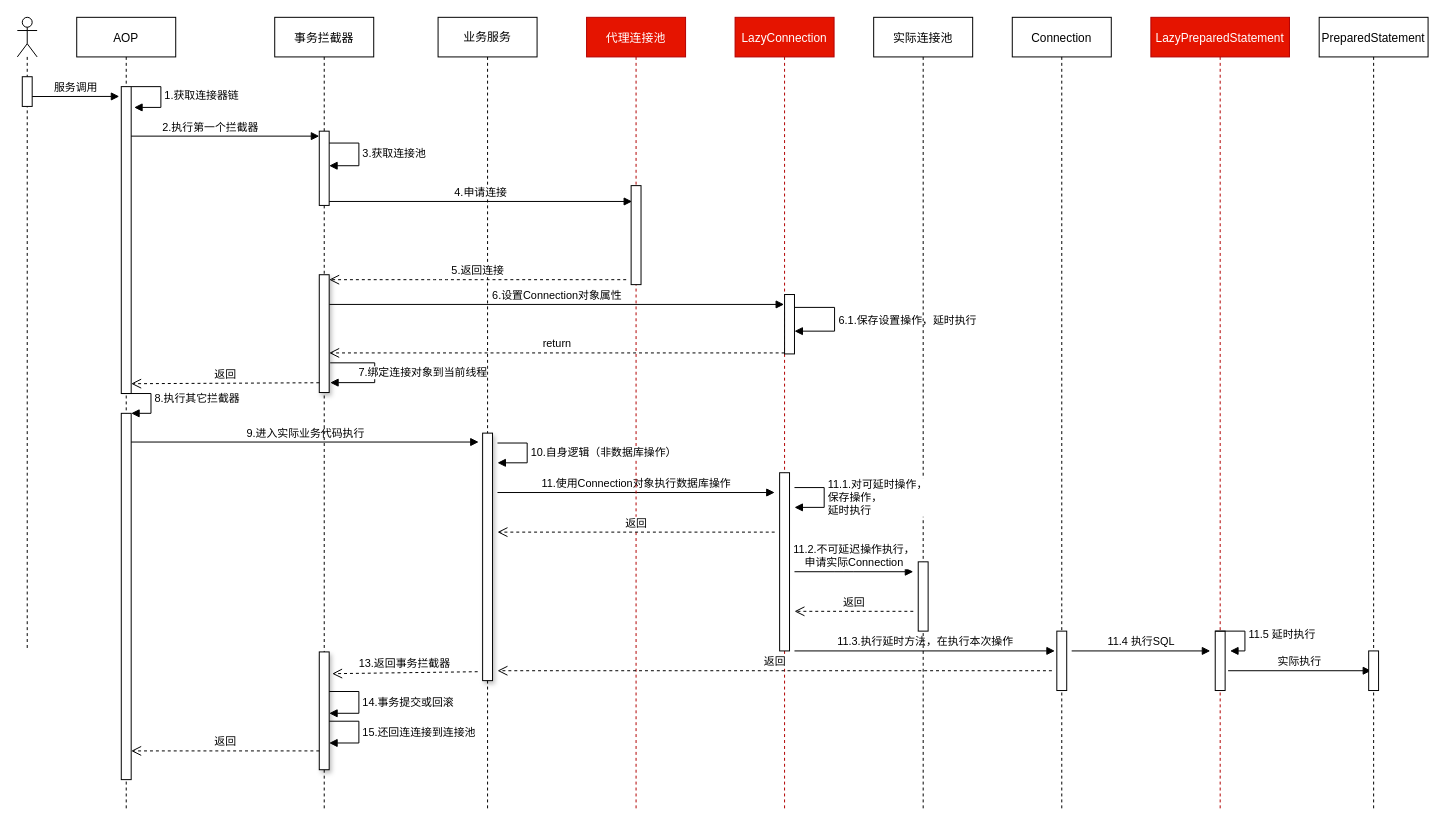
qymmdj/jcf3-document keeps this draw.io diagram as page "改进流程" (3 of 3) of 分布式超时测试流程.drawio. Above is the earlier version. Source tidied: cells renumbered, new cells numbered last; positions are measured from the earlier drawing's top-left corner, leaving out a move shared by most shapes. Both pictures are drawn from the tidied source at 99%, with x=0, y=0 at pixel (17, 17).
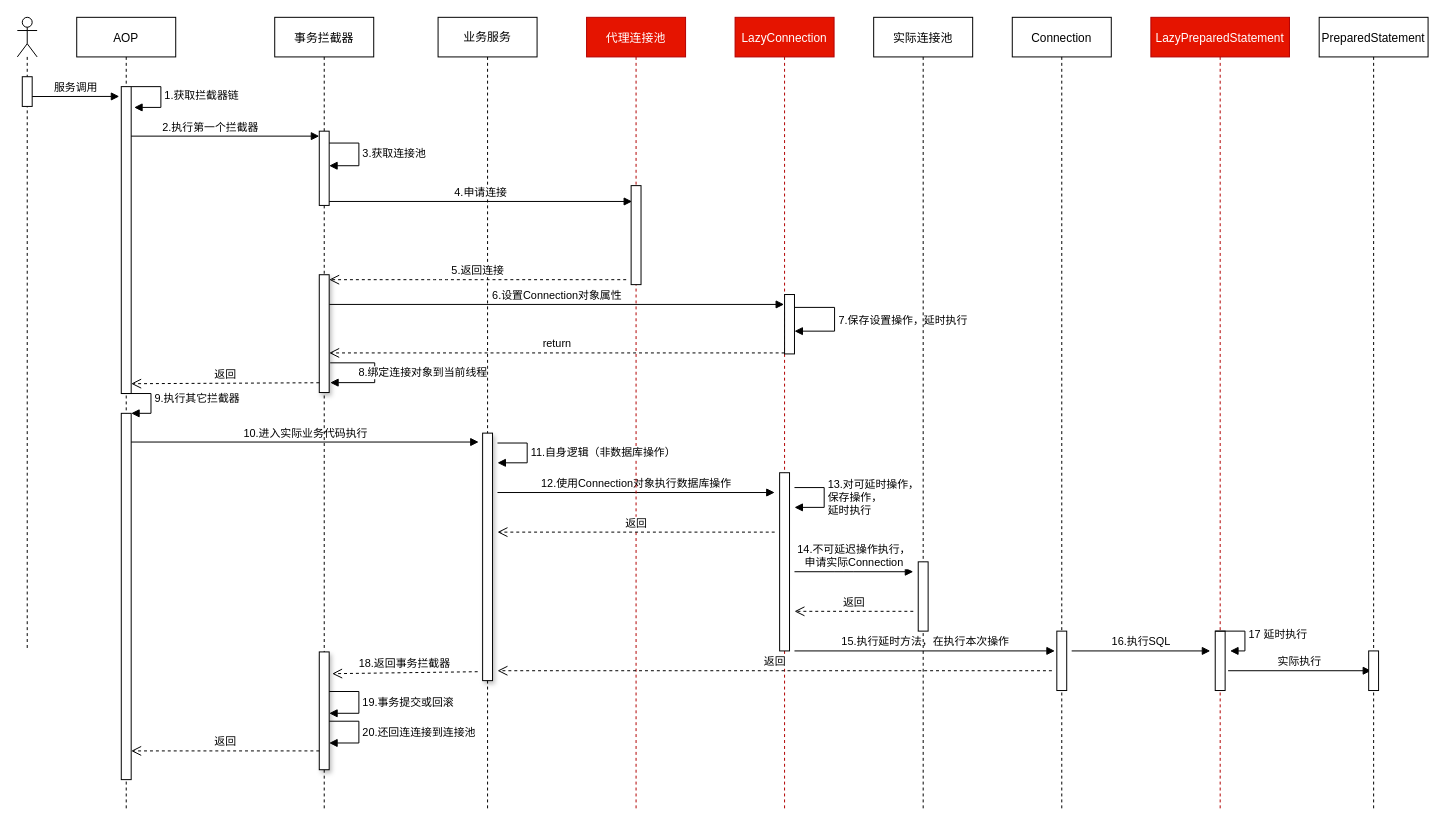
The same diagram, later.

The change refers to these unchanged cells:
```xml
<mxCell id="2" value="业务服务" style="shape=umlLifeline;perimeter=lifelinePerimeter;whiteSpace=wrap;html=1;shadow=0;" parent="1" vertex="1">
  <mxGeometry x="425" width="100" height="800" as="geometry" />
</mxCell>
<mxCell id="5" value="AOP" style="shape=umlLifeline;perimeter=lifelinePerimeter;rounded=0;shadow=0;strokeWidth=1;" parent="1" vertex="1">
  <mxGeometry x="60" width="100" height="800" as="geometry" />
</mxCell>
<mxCell id="8" style="html=1;points=[];perimeter=orthogonalPerimeter;shadow=0;" parent="5" vertex="1">
  <mxGeometry x="45" y="400" width="10" height="370" as="geometry" />
</mxCell>
<mxCell id="17" value="LazyConnection" style="shape=umlLifeline;perimeter=lifelinePerimeter;rounded=0;shadow=0;strokeWidth=1;fillColor=#e51400;strokeColor=#B20000;fontColor=#ffffff;" parent="1" vertex="1">
  <mxGeometry x="725" width="100" height="800" as="geometry" />
</mxCell>
<mxCell id="37" value="Connection" style="shape=umlLifeline;perimeter=lifelinePerimeter;rounded=0;shadow=0;strokeWidth=1;" parent="1" vertex="1">
  <mxGeometry x="1005" width="100" height="800" as="geometry" />
</mxCell>
<mxCell id="38" style="points=[];perimeter=orthogonalPerimeter;rounded=0;shadow=0;strokeWidth=1;" parent="37" vertex="1">
  <mxGeometry x="45" y="620" width="10" height="60" as="geometry" />
</mxCell>
<mxCell id="45" value="LazyPreparedStatement" style="shape=umlLifeline;perimeter=lifelinePerimeter;rounded=0;shadow=0;strokeWidth=1;fillColor=#e51400;strokeColor=#B20000;fontColor=#ffffff;" parent="1" vertex="1">
  <mxGeometry x="1145" width="140" height="800" as="geometry" />
</mxCell>
```

The edit, as a diff of the source:
```diff
@@
-    <mxCell id="4" value="11.使用Connection对象执行数据库操作" style="html=1;verticalAlign=bottom;endArrow=block;" parent="2" edge="1">
+    <mxCell id="4" value="12.使用Connection对象执行数据库操作" style="html=1;verticalAlign=bottom;endArrow=block;" parent="2" edge="1">
       <mxGeometry relative="1" as="geometry">
         <mxPoint x="60" y="480" as="sourcePoint" />
         <mxPoint x="340" y="480" as="targetPoint" />
       </mxGeometry>
     </mxCell>
@@
-    <mxCell id="9" value="8.执行其它拦截器" style="edgeStyle=orthogonalEdgeStyle;html=1;align=left;spacingLeft=2;endArrow=block;rounded=0;entryX=1;entryY=0;" parent="5" edge="1" target="8">
+    <mxCell id="9" value="9.执行其它拦截器" style="edgeStyle=orthogonalEdgeStyle;html=1;align=left;spacingLeft=2;endArrow=block;rounded=0;entryX=1;entryY=0;" parent="5" edge="1" target="8">
       <mxGeometry relative="1" as="geometry">
         <mxPoint x="45" y="380" as="sourcePoint" />
         <Array as="points">
           <mxPoint x="75" y="380" />
         </Array>
       </mxGeometry>
     </mxCell>
-    <mxCell id="10" value="9.进入实际业务代码执行" style="html=1;verticalAlign=bottom;endArrow=block;" parent="5" edge="1" source="8">
+    <mxCell id="10" value="10.进入实际业务代码执行" style="html=1;verticalAlign=bottom;endArrow=block;" parent="5" edge="1" source="8">
       <mxGeometry relative="1" as="geometry">
         <mxPoint x="406" y="429" as="targetPoint" />
       </mxGeometry>
     </mxCell>
@@
-    <mxCell id="19" value="11.2.不可延迟操作执行，&lt;br&gt;申请实际Connection" style="html=1;verticalAlign=bottom;endArrow=block;" parent="17" edge="1">
+    <mxCell id="19" value="14.不可延迟操作执行，&lt;br&gt;申请实际Connection" style="html=1;verticalAlign=bottom;endArrow=block;" parent="17" edge="1">
       <mxGeometry relative="1" as="geometry">
         <mxPoint x="60" y="560" as="sourcePoint" />
         <mxPoint x="180" y="560" as="targetPoint" />
         <Array as="points">
           <mxPoint x="110" y="560" />
         </Array>
       </mxGeometry>
     </mxCell>
-    <mxCell id="20" value="&lt;span style=&quot;text-align: left&quot;&gt;11.3.执行延时方法，在执行本次操作&lt;/span&gt;" style="html=1;verticalAlign=bottom;endArrow=block;entryX=-0.2;entryY=0.333;entryDx=0;entryDy=0;entryPerimeter=0;" parent="17" edge="1" target="38">
+    <mxCell id="20" value="&lt;span style=&quot;text-align: left&quot;&gt;15.执行延时方法，在执行本次操作&lt;/span&gt;" style="html=1;verticalAlign=bottom;endArrow=block;entryX=-0.2;entryY=0.333;entryDx=0;entryDy=0;entryPerimeter=0;" parent="17" edge="1" target="38">
       <mxGeometry relative="1" as="geometry">
         <mxPoint x="60" y="640" as="sourcePoint" />
       </mxGeometry>
     </mxCell>
@@
-    <mxCell id="22" value="7.绑定连接对象到当前线程" style="edgeStyle=orthogonalEdgeStyle;html=1;align=left;spacingLeft=2;endArrow=block;rounded=0;entryX=1;entryY=0;" parent="1" edge="1">
+    <mxCell id="22" value="8.绑定连接对象到当前线程" style="edgeStyle=orthogonalEdgeStyle;html=1;align=left;spacingLeft=2;endArrow=block;rounded=0;entryX=1;entryY=0;" parent="1" edge="1">
       <mxGeometry x="0.55" y="-10" relative="1" as="geometry">
         <mxPoint x="316" y="349" as="sourcePoint" />
         <mxPoint x="316" y="369" as="targetPoint" />
         <Array as="points">
           <mxPoint x="361" y="349" />
           <mxPoint x="361" y="369" />
         </Array>
       </mxGeometry>
     </mxCell>
@@
-    <mxCell id="25" value="1.获取连接器链" style="edgeStyle=orthogonalEdgeStyle;html=1;align=left;spacingLeft=2;endArrow=block;rounded=0;" parent="1" edge="1">
+    <mxCell id="25" value="1.获取拦截器链" style="edgeStyle=orthogonalEdgeStyle;html=1;align=left;spacingLeft=2;endArrow=block;rounded=0;" parent="1" edge="1">
       <mxGeometry relative="1" as="geometry">
         <mxPoint x="115" y="70" as="sourcePoint" />
         <mxPoint x="118" y="91" as="targetPoint" />
         <Array as="points">
           <mxPoint x="145" y="70" />
           <mxPoint x="145" y="91" />
         </Array>
       </mxGeometry>
     </mxCell>
@@
-    <mxCell id="27" value="10.自身逻辑（非数据库操作）" style="edgeStyle=orthogonalEdgeStyle;html=1;align=left;spacingLeft=2;endArrow=block;rounded=0;" parent="1" edge="1">
+    <mxCell id="27" value="11.自身逻辑（非数据库操作）" style="edgeStyle=orthogonalEdgeStyle;html=1;align=left;spacingLeft=2;endArrow=block;rounded=0;" parent="1" edge="1">
       <mxGeometry relative="1" as="geometry">
         <mxPoint x="485" y="430" as="sourcePoint" />
         <mxPoint x="485" y="450" as="targetPoint" />
         <Array as="points">
           <mxPoint x="515" y="430" />
         </Array>
       </mxGeometry>
     </mxCell>
@@
-    <mxCell id="30" value="14.事务提交或回滚" style="edgeStyle=orthogonalEdgeStyle;html=1;align=left;spacingLeft=2;endArrow=block;rounded=0;" parent="1" edge="1">
+    <mxCell id="30" value="19.事务提交或回滚" style="edgeStyle=orthogonalEdgeStyle;html=1;align=left;spacingLeft=2;endArrow=block;rounded=0;" parent="1" edge="1">
       <mxGeometry relative="1" as="geometry">
         <mxPoint x="315" y="681" as="sourcePoint" />
         <mxPoint x="315" y="703" as="targetPoint" />
         <Array as="points">
           <mxPoint x="345" y="681" />
           <mxPoint x="345" y="703" />
         </Array>
       </mxGeometry>
     </mxCell>
-    <mxCell id="31" value="13.返回事务拦截器" style="html=1;verticalAlign=bottom;endArrow=open;dashed=1;endSize=8;" parent="1" edge="1">
+    <mxCell id="31" value="18.返回事务拦截器" style="html=1;verticalAlign=bottom;endArrow=open;dashed=1;endSize=8;" parent="1" edge="1">
       <mxGeometry relative="1" as="geometry">
         <mxPoint x="465" y="661" as="sourcePoint" />
         <mxPoint x="318" y="663" as="targetPoint" />
       </mxGeometry>
     </mxCell>
-    <mxCell id="32" value="15.还回连连接到连接池" style="edgeStyle=orthogonalEdgeStyle;html=1;align=left;spacingLeft=2;endArrow=block;rounded=0;" parent="1" edge="1">
+    <mxCell id="32" value="20.还回连连接到连接池" style="edgeStyle=orthogonalEdgeStyle;html=1;align=left;spacingLeft=2;endArrow=block;rounded=0;" parent="1" edge="1">
       <mxGeometry relative="1" as="geometry">
         <mxPoint x="315" y="711" as="sourcePoint" />
         <mxPoint x="315" y="733" as="targetPoint" />
         <Array as="points">
           <mxPoint x="345" y="711" />
           <mxPoint x="345" y="733" />
         </Array>
       </mxGeometry>
     </mxCell>
@@
-    <mxCell id="34" value="6.1.保存设置操作，延时执行" style="edgeStyle=orthogonalEdgeStyle;html=1;align=left;spacingLeft=2;endArrow=block;rounded=0;startArrow=none;" parent="1" edge="1">
+    <mxCell id="34" value="7.保存设置操作，延时执行" style="edgeStyle=orthogonalEdgeStyle;html=1;align=left;spacingLeft=2;endArrow=block;rounded=0;startArrow=none;" parent="1" edge="1">
       <mxGeometry relative="1" as="geometry">
         <mxPoint x="785" y="293" as="sourcePoint" />
         <mxPoint x="785" y="317" as="targetPoint" />
         <Array as="points">
           <mxPoint x="825.5" y="293" />
           <mxPoint x="825.5" y="317" />
         </Array>
       </mxGeometry>
     </mxCell>
@@
-    <mxCell id="39" value="11.4 执行SQL" style="html=1;verticalAlign=bottom;endArrow=block;" parent="37" edge="1">
+    <mxCell id="39" value="16.执行SQL" style="html=1;verticalAlign=bottom;endArrow=block;" parent="37" edge="1">
       <mxGeometry relative="1" as="geometry">
         <mxPoint x="60" y="640" as="sourcePoint" />
         <mxPoint x="200" y="640" as="targetPoint" />
       </mxGeometry>
     </mxCell>
@@
-    <mxCell id="41" value="11.1.对可延时操作，&lt;br&gt;保存操作，&lt;br&gt;延时执行" style="edgeStyle=orthogonalEdgeStyle;html=1;align=left;spacingLeft=2;endArrow=block;rounded=0;" parent="1" edge="1">
+    <mxCell id="41" value="13.对可延时操作，&lt;br&gt;保存操作，&lt;br&gt;延时执行" style="edgeStyle=orthogonalEdgeStyle;html=1;align=left;spacingLeft=2;endArrow=block;rounded=0;" parent="1" edge="1">
       <mxGeometry relative="1" as="geometry">
         <mxPoint x="785" y="475" as="sourcePoint" />
         <mxPoint x="785" y="495" as="targetPoint" />
         <Array as="points">
           <mxPoint x="815" y="475" />
         </Array>
       </mxGeometry>
     </mxCell>
@@
-    <mxCell id="47" value="11.5 延时执行" style="edgeStyle=orthogonalEdgeStyle;html=1;align=left;spacingLeft=2;endArrow=block;rounded=0;" parent="45" edge="1">
+    <mxCell id="47" value="17 延时执行" style="edgeStyle=orthogonalEdgeStyle;html=1;align=left;spacingLeft=2;endArrow=block;rounded=0;" parent="45" edge="1">
       <mxGeometry relative="1" as="geometry">
         <mxPoint x="65" y="620" as="sourcePoint" />
         <mxPoint x="80" y="640" as="targetPoint" />
         <Array as="points">
           <mxPoint x="95" y="620" />
         </Array>
       </mxGeometry>
     </mxCell>
```
